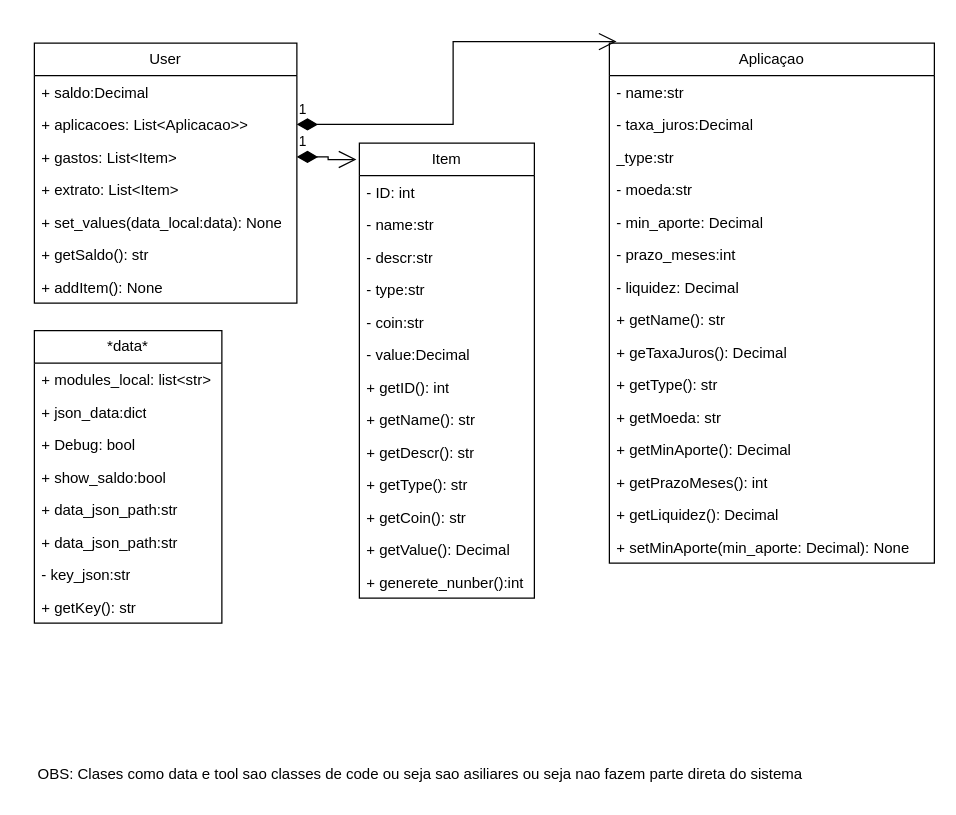
Before: doc/CoreOS_Finace_UML.drawio in QuittoGames/CoreOS_Finace, a draw.io diagram. Source tidied: cells renumbered, new cells numbered last; positions are measured from the earlier drawing's top-left corner, leaving out a move shared by most shapes. Both pictures are drawn from the tidied source at 125%, with x=0, y=0 at pixel (21, 42).
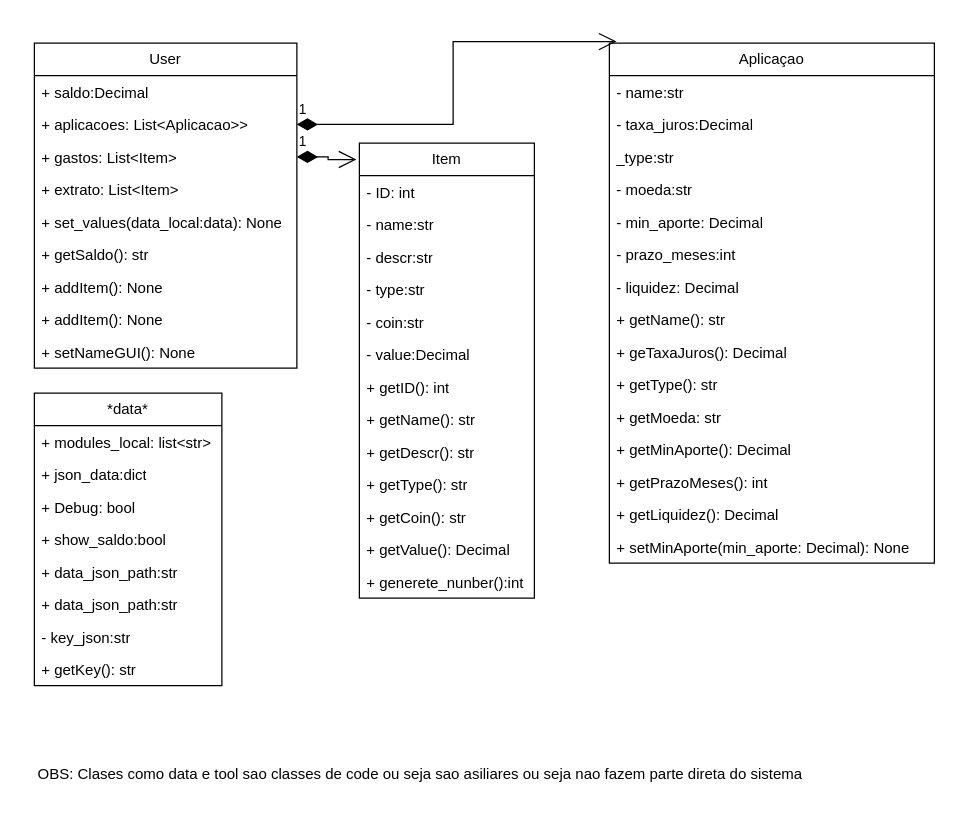
After the change.

Change to the diagram source:
```diff
@@
     <mxCell id="2" value="User" style="swimlane;fontStyle=0;horizontal=1;startSize=26;fillColor=none;whiteSpace=wrap;html=1;" parent="1" vertex="1">
-      <mxGeometry x="10" width="210" height="208" as="geometry" />
+      <mxGeometry x="10" width="210" height="260" as="geometry" />
     </mxCell>
@@
+    <mxCell id="52" value="+ addItem(): None" style="text;strokeColor=none;fillColor=none;align=left;verticalAlign=top;spacingLeft=4;spacingRight=4;overflow=hidden;whiteSpace=wrap;html=1;" parent="2" vertex="1">
+      <mxGeometry y="208" width="210" height="26" as="geometry" />
+    </mxCell>
+    <mxCell id="53" value="+ setNameGUI(): None" style="text;strokeColor=none;fillColor=none;align=left;verticalAlign=top;spacingLeft=4;spacingRight=4;overflow=hidden;whiteSpace=wrap;html=1;" parent="2" vertex="1">
+      <mxGeometry y="234" width="210" height="26" as="geometry" />
+    </mxCell>
@@
     <mxCell id="43" value="*data*" style="swimlane;fontStyle=0;horizontal=1;startSize=26;fillColor=none;whiteSpace=wrap;html=1;" parent="1" vertex="1">
-      <mxGeometry x="10" y="230" width="150" height="234" as="geometry" />
+      <mxGeometry x="10" y="280" width="150" height="234" as="geometry" />
     </mxCell>
```
